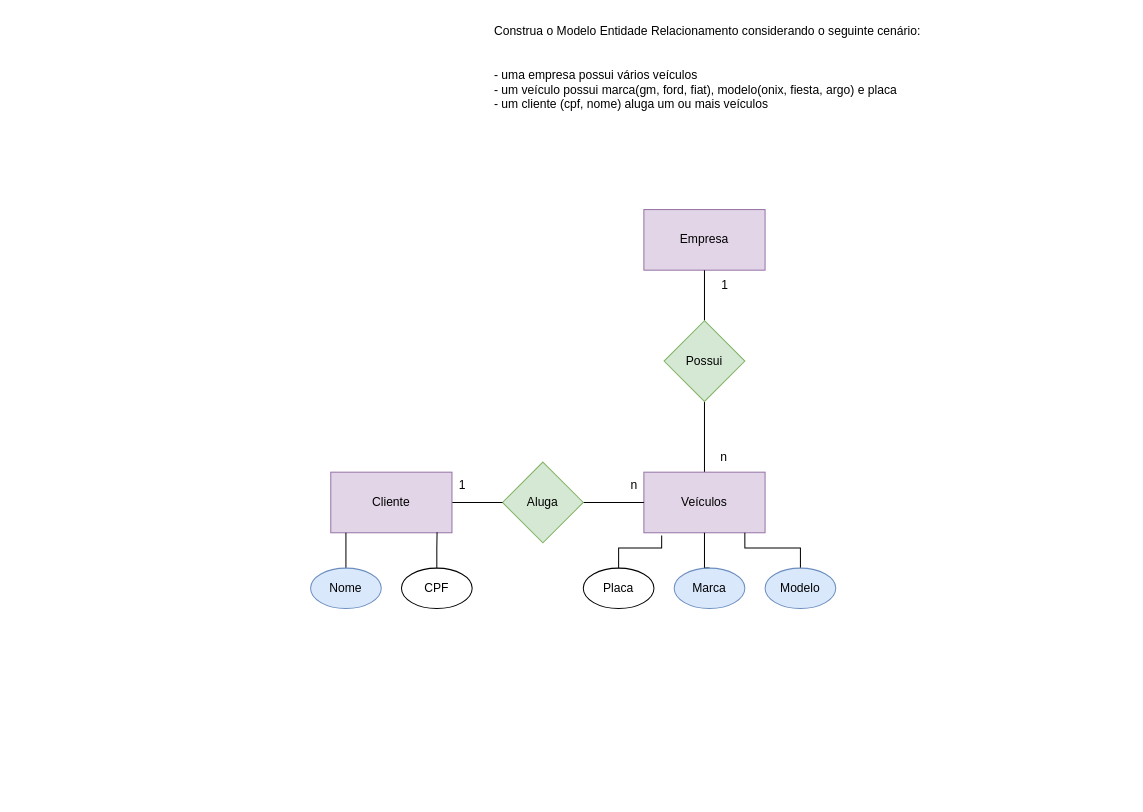
This is page "Página-2" (2 of 2) of sprint1-exercicios/1.1-pessoas.drawio from Duduuz7/senai-2-semestre, a draw.io file, before an edit. Source tidied: cells renumbered, new cells numbered last; positions are measured from the earlier drawing's top-left corner, leaving out a move shared by most shapes. Both pictures are drawn from the tidied source at 101%, with x=0, y=0 at pixel (310, 17).
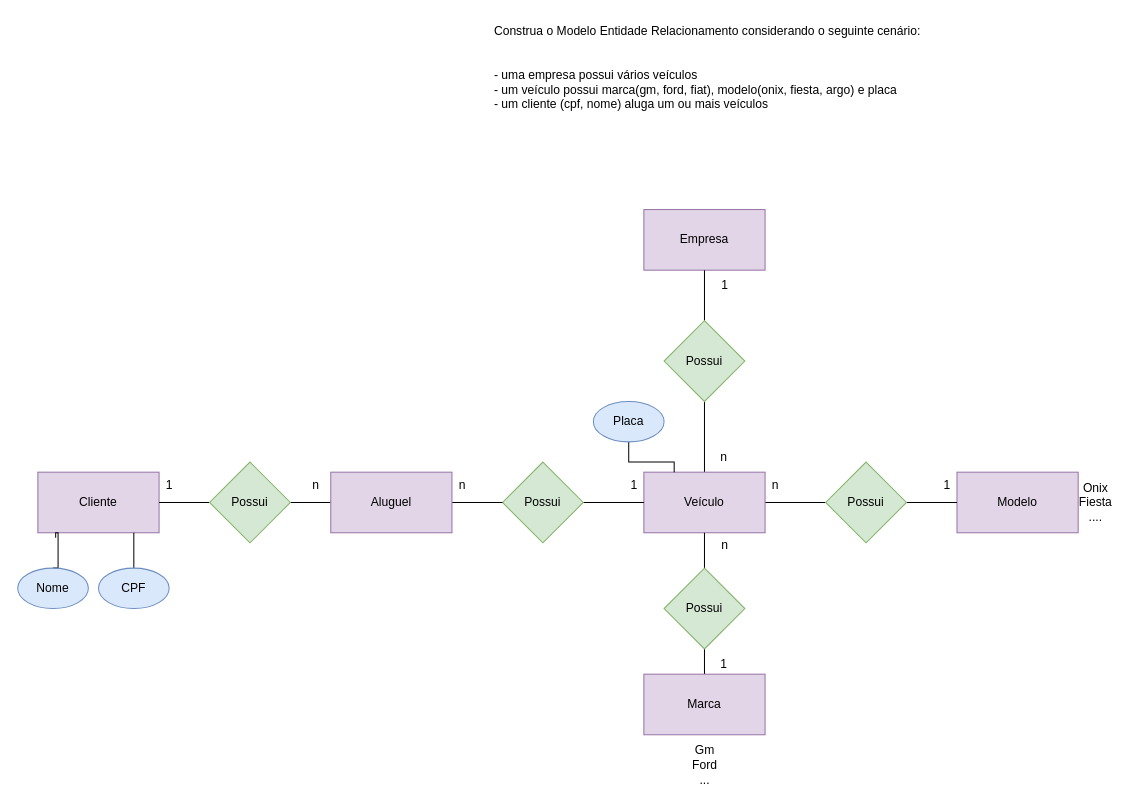
Above is the later version.

Diff of the diagram source:
```diff
@@
+    <mxCell id="26" style="edgeStyle=orthogonalEdgeStyle;rounded=0;jettySize=auto;html=1;entryX=0;entryY=0.5;entryDx=0;entryDy=0;endArrow=none;endFill=0;" parent="1" edge="1" source="7" target="32">
+      <mxGeometry relative="1" as="geometry" />
+    </mxCell>
-    <mxCell id="7" value="Veículos" style="rounded=0;whiteSpace=wrap;html=1;fillColor=#e1d5e7;strokeColor=#9673a6;" parent="1" vertex="1">
+    <mxCell id="7" value="Veículo" style="rounded=0;whiteSpace=wrap;html=1;fillColor=#e1d5e7;strokeColor=#9673a6;" parent="1" vertex="1">
       <mxGeometry x="330" y="450" width="120" height="60" as="geometry" />
     </mxCell>
@@
-    <mxCell id="11" value="Aluga" style="rhombus;whiteSpace=wrap;html=1;fillColor=#d5e8d4;strokeColor=#82b366;" parent="1" vertex="1">
+    <mxCell id="11" value="Possui" style="rhombus;whiteSpace=wrap;html=1;fillColor=#d5e8d4;strokeColor=#82b366;" parent="1" vertex="1">
       <mxGeometry x="190" y="440" width="80" height="80" as="geometry" />
     </mxCell>
@@
+    <mxCell id="27" style="edgeStyle=orthogonalEdgeStyle;rounded=0;jettySize=auto;html=1;entryX=1;entryY=0.5;entryDx=0;entryDy=0;endArrow=none;endFill=0;" parent="1" edge="1" source="13" target="41">
+      <mxGeometry relative="1" as="geometry" />
+    </mxCell>
-    <mxCell id="13" value="Cliente" style="rounded=0;whiteSpace=wrap;html=1;fillColor=#e1d5e7;strokeColor=#9673a6;" parent="1" vertex="1">
+    <mxCell id="13" value="Aluguel" style="rounded=0;whiteSpace=wrap;html=1;fillColor=#e1d5e7;strokeColor=#9673a6;" parent="1" vertex="1">
       <mxGeometry x="20" y="450" width="120" height="60" as="geometry" />
     </mxCell>
+    <mxCell id="19" value="Modelo" style="rounded=0;whiteSpace=wrap;html=1;fillColor=#e1d5e7;strokeColor=#9673a6;" parent="1" vertex="1">
+      <mxGeometry x="640" y="450" width="120" height="60" as="geometry" />
+    </mxCell>
+    <mxCell id="28" style="edgeStyle=orthogonalEdgeStyle;rounded=0;jettySize=auto;html=1;endArrow=none;endFill=0;" parent="1" edge="1" source="17" target="30">
+      <mxGeometry relative="1" as="geometry" />
+    </mxCell>
+    <mxCell id="17" value="Marca" style="rounded=0;whiteSpace=wrap;html=1;fillColor=#e1d5e7;strokeColor=#9673a6;" parent="1" vertex="1">
+      <mxGeometry x="330" y="650" width="120" height="60" as="geometry" />
+    </mxCell>
+    <mxCell id="29" style="edgeStyle=orthogonalEdgeStyle;rounded=0;jettySize=auto;html=1;entryX=0.5;entryY=1;entryDx=0;entryDy=0;endArrow=none;endFill=0;" parent="1" edge="1" source="30" target="7">
+      <mxGeometry relative="1" as="geometry" />
+    </mxCell>
+    <mxCell id="30" value="Possui" style="rhombus;whiteSpace=wrap;html=1;fillColor=#d5e8d4;strokeColor=#82b366;" parent="1" vertex="1">
+      <mxGeometry x="350" y="545" width="80" height="80" as="geometry" />
+    </mxCell>
+    <mxCell id="31" style="edgeStyle=orthogonalEdgeStyle;rounded=0;jettySize=auto;html=1;entryX=0;entryY=0.5;entryDx=0;entryDy=0;endArrow=none;endFill=0;" parent="1" edge="1" source="32" target="19">
+      <mxGeometry relative="1" as="geometry" />
+    </mxCell>
+    <mxCell id="32" value="Possui" style="rhombus;whiteSpace=wrap;html=1;fillColor=#d5e8d4;strokeColor=#82b366;" parent="1" vertex="1">
+      <mxGeometry x="510" y="440" width="80" height="80" as="geometry" />
+    </mxCell>
+    <mxCell id="33" value="n" style="text;html=1;align=center;verticalAlign=middle;strokeColor=none;fillColor=none;" parent="1" vertex="1">
+      <mxGeometry x="395" y="508" width="30" height="30" as="geometry" />
+    </mxCell>
+    <mxCell id="34" value="1" style="text;html=1;align=center;verticalAlign=middle;strokeColor=none;fillColor=none;" parent="1" vertex="1">
+      <mxGeometry x="394" y="625" width="30" height="30" as="geometry" />
+    </mxCell>
+    <mxCell id="35" value="n" style="text;html=1;align=center;verticalAlign=middle;strokeColor=none;fillColor=none;" parent="1" vertex="1">
+      <mxGeometry x="445" y="448" width="30" height="30" as="geometry" />
+    </mxCell>
+    <mxCell id="36" value="1" style="text;html=1;align=center;verticalAlign=middle;strokeColor=none;fillColor=none;" parent="1" vertex="1">
+      <mxGeometry x="615" y="448" width="30" height="30" as="geometry" />
+    </mxCell>
+    <mxCell id="37" value="Onix&lt;br&gt;Fiesta&lt;br&gt;...." style="text;html=1;align=center;verticalAlign=middle;strokeColor=none;fillColor=none;" parent="1" vertex="1">
+      <mxGeometry x="747" y="450" width="60" height="60" as="geometry" />
+    </mxCell>
+    <mxCell id="38" value="Gm&lt;br&gt;Ford&lt;br&gt;..." style="text;html=1;align=center;verticalAlign=middle;strokeColor=none;fillColor=none;" parent="1" vertex="1">
+      <mxGeometry x="365" y="710" width="50" height="60" as="geometry" />
+    </mxCell>
-    <mxCell id="14" style="edgeStyle=orthogonalEdgeStyle;rounded=0;jettySize=auto;html=1;exitX=0.5;exitY=0;exitDx=0;exitDy=0;entryX=0.147;entryY=1.043;entryDx=0;entryDy=0;entryPerimeter=0;endArrow=none;endFill=0;" parent="1" edge="1" source="15" target="7">
-      <mxGeometry relative="1" as="geometry" />
+    <mxCell id="14" style="edgeStyle=orthogonalEdgeStyle;rounded=0;jettySize=auto;html=1;entryX=0.25;entryY=0;entryDx=0;entryDy=0;endArrow=none;endFill=0;" parent="1" edge="1" source="15" target="7">
+      <mxGeometry relative="1" as="geometry">
+        <Array as="points">
+          <mxPoint x="315" y="440" />
+          <mxPoint x="360" y="440" />
+        </Array>
+      </mxGeometry>
     </mxCell>
-    <mxCell id="15" value="Placa" style="ellipse;whiteSpace=wrap;html=1;" parent="1" vertex="1">
-      <mxGeometry x="270" y="545" width="70" height="40" as="geometry" />
+    <mxCell id="15" value="Placa" style="ellipse;whiteSpace=wrap;html=1;fillColor=#dae8fc;strokeColor=#6c8ebf;" parent="1" vertex="1">
+      <mxGeometry x="280" y="380" width="70" height="40" as="geometry" />
     </mxCell>
-    <mxCell id="16" style="edgeStyle=orthogonalEdgeStyle;rounded=0;jettySize=auto;html=1;exitX=0.5;exitY=0;exitDx=0;exitDy=0;entryX=0.5;entryY=1;entryDx=0;entryDy=0;endArrow=none;endFill=0;" parent="1" edge="1" source="17" target="7">
-      <mxGeometry relative="1" as="geometry" />
-    </mxCell>
-    <mxCell id="17" value="Marca" style="ellipse;whiteSpace=wrap;html=1;fillColor=#dae8fc;strokeColor=#6c8ebf;" parent="1" vertex="1">
-      <mxGeometry x="360" y="545" width="70" height="40" as="geometry" />
-    </mxCell>
-    <mxCell id="18" style="edgeStyle=orthogonalEdgeStyle;rounded=0;jettySize=auto;html=1;exitX=0.5;exitY=0;exitDx=0;exitDy=0;entryX=0.833;entryY=1;entryDx=0;entryDy=0;entryPerimeter=0;endArrow=none;endFill=0;" parent="1" edge="1" source="19" target="7">
-      <mxGeometry relative="1" as="geometry" />
-    </mxCell>
-    <mxCell id="19" value="Modelo" style="ellipse;whiteSpace=wrap;html=1;fillColor=#dae8fc;strokeColor=#6c8ebf;" parent="1" vertex="1">
-      <mxGeometry x="450" y="545" width="70" height="40" as="geometry" />
-    </mxCell>
-    <mxCell id="20" style="edgeStyle=orthogonalEdgeStyle;rounded=0;jettySize=auto;html=1;entryX=0.125;entryY=1;entryDx=0;entryDy=0;entryPerimeter=0;endArrow=none;endFill=0;" parent="1" edge="1" source="21" target="13">
-      <mxGeometry relative="1" as="geometry" />
-    </mxCell>
+    <mxCell id="39" value="Cliente" style="rounded=0;whiteSpace=wrap;html=1;fillColor=#e1d5e7;strokeColor=#9673a6;" parent="1" vertex="1">
+      <mxGeometry x="-270" y="450" width="120" height="60" as="geometry" />
+    </mxCell>
+    <mxCell id="40" style="edgeStyle=orthogonalEdgeStyle;rounded=0;jettySize=auto;html=1;entryX=1;entryY=0.5;entryDx=0;entryDy=0;endArrow=none;endFill=0;" parent="1" edge="1" source="41" target="39">
+      <mxGeometry relative="1" as="geometry" />
+    </mxCell>
+    <mxCell id="41" value="Possui" style="rhombus;whiteSpace=wrap;html=1;fillColor=#d5e8d4;strokeColor=#82b366;" parent="1" vertex="1">
+      <mxGeometry x="-100" y="440" width="80" height="80" as="geometry" />
+    </mxCell>
+    <mxCell id="42" style="edgeStyle=orthogonalEdgeStyle;rounded=0;jettySize=auto;html=1;exitX=0.5;exitY=0;exitDx=0;exitDy=0;entryX=0.147;entryY=1.084;entryDx=0;entryDy=0;entryPerimeter=0;endArrow=none;endFill=0;" parent="1" edge="1" source="21" target="39">
+      <mxGeometry relative="1" as="geometry">
+        <Array as="points">
+          <mxPoint x="-250" y="545" />
+          <mxPoint x="-250" y="510" />
+          <mxPoint x="-252" y="510" />
+        </Array>
+      </mxGeometry>
+    </mxCell>
     <mxCell id="21" value="Nome" style="ellipse;whiteSpace=wrap;html=1;fillColor=#dae8fc;strokeColor=#6c8ebf;" parent="1" vertex="1">
-      <mxGeometry y="545" width="70" height="40" as="geometry" />
+      <mxGeometry x="-290" y="545" width="70" height="40" as="geometry" />
     </mxCell>
-    <mxCell id="22" style="edgeStyle=orthogonalEdgeStyle;rounded=0;jettySize=auto;html=1;entryX=0.877;entryY=0.99;entryDx=0;entryDy=0;entryPerimeter=0;endArrow=none;endFill=0;" parent="1" edge="1" source="23" target="13">
-      <mxGeometry relative="1" as="geometry" />
-    </mxCell>
+    <mxCell id="43" style="edgeStyle=orthogonalEdgeStyle;rounded=0;jettySize=auto;html=1;endArrow=none;endFill=0;" parent="1" edge="1" source="23">
+      <mxGeometry relative="1" as="geometry">
+        <mxPoint x="-175" y="510" as="targetPoint" />
+      </mxGeometry>
+    </mxCell>
-    <mxCell id="23" value="CPF" style="ellipse;whiteSpace=wrap;html=1;" parent="1" vertex="1">
-      <mxGeometry x="90" y="545" width="70" height="40" as="geometry" />
+    <mxCell id="23" value="CPF" style="ellipse;whiteSpace=wrap;html=1;fillColor=#dae8fc;strokeColor=#6c8ebf;" parent="1" vertex="1">
+      <mxGeometry x="-210" y="545" width="70" height="40" as="geometry" />
     </mxCell>
-    <mxCell id="24" value="1" style="text;html=1;align=center;verticalAlign=middle;strokeColor=none;fillColor=none;" parent="1" vertex="1">
-      <mxGeometry x="135" y="448" width="30" height="30" as="geometry" />
-    </mxCell>
-    <mxCell id="25" value="n" style="text;html=1;align=center;verticalAlign=middle;strokeColor=none;fillColor=none;" parent="1" vertex="1">
-      <mxGeometry x="305" y="448" width="30" height="30" as="geometry" />
-    </mxCell>
+    <mxCell id="44" value="1" style="text;html=1;align=center;verticalAlign=middle;strokeColor=none;fillColor=none;" parent="1" vertex="1">
+      <mxGeometry x="305" y="448" width="30" height="30" as="geometry" />
+    </mxCell>
+    <mxCell id="45" value="n" style="text;html=1;align=center;verticalAlign=middle;strokeColor=none;fillColor=none;" parent="1" vertex="1">
+      <mxGeometry x="135" y="448" width="30" height="30" as="geometry" />
+    </mxCell>
+    <mxCell id="46" value="1" style="text;html=1;align=center;verticalAlign=middle;strokeColor=none;fillColor=none;" parent="1" vertex="1">
+      <mxGeometry x="-155" y="448" width="30" height="30" as="geometry" />
+    </mxCell>
+    <mxCell id="47" value="n" style="text;html=1;align=center;verticalAlign=middle;strokeColor=none;fillColor=none;" parent="1" vertex="1">
+      <mxGeometry x="-10" y="448" width="30" height="30" as="geometry" />
+    </mxCell>
```
